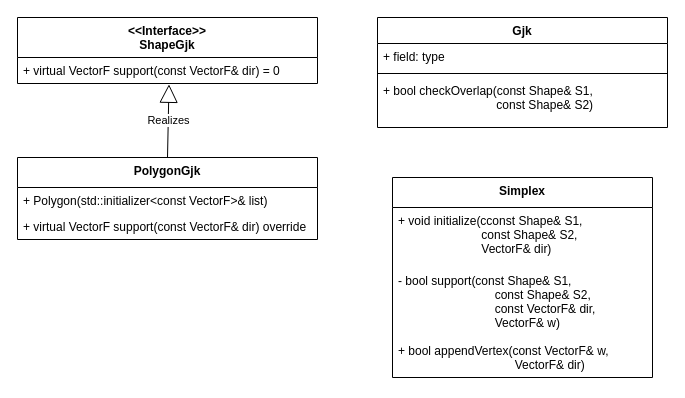
Before: page "GJK" (3 of 6) of doc/RrtPlannerLib.drawio in yewcw75/TestRepo, a draw.io diagram. Source tidied: cells renumbered, new cells numbered last; positions are measured from the earlier drawing's top-left corner, leaving out a move shared by most shapes. Both pictures are drawn from the tidied source at 100%, with x=0, y=0 at pixel (17, 17).
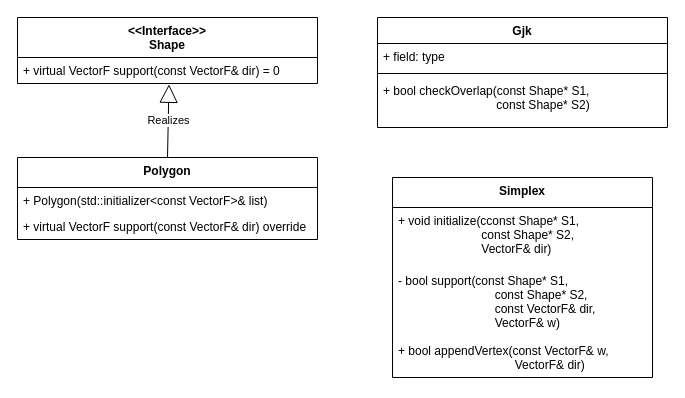
After the change.

Change to the diagram source:
```diff
@@
 <mxGraphModel>
   <root>
     <mxCell id="0" />
     <mxCell id="1" parent="0" />
     <mxCell id="2" value="Gjk" style="swimlane;fontStyle=1;align=center;verticalAlign=top;horizontal=1;startSize=26;" parent="1" vertex="1">
       <mxGeometry x="360" width="290" height="110" as="geometry" />
     </mxCell>
     <mxCell id="3" value="+ field: type" style="text;strokeColor=none;fillColor=none;align=left;verticalAlign=top;spacingLeft=4;spacingRight=4;overflow=hidden;" parent="2" vertex="1">
       <mxGeometry y="26" width="290" height="26" as="geometry" />
     </mxCell>
     <mxCell id="4" style="line;strokeWidth=1;fillColor=none;align=left;verticalAlign=middle;spacingTop=-1;spacingLeft=3;spacingRight=3;labelPosition=right;strokeColor=inherit;" parent="2" vertex="1">
       <mxGeometry y="52" width="290" height="8" as="geometry" />
     </mxCell>
-    <mxCell id="5" value="+ bool checkOverlap(const Shape&amp; S1, &#10;                                  const Shape&amp; S2)" style="text;strokeColor=none;fillColor=none;align=left;verticalAlign=top;spacingLeft=4;spacingRight=4;overflow=hidden;" parent="2" vertex="1">
+    <mxCell id="5" value="+ bool checkOverlap(const Shape* S1, &#10;                                  const Shape* S2)" style="text;strokeColor=none;fillColor=none;align=left;verticalAlign=top;spacingLeft=4;spacingRight=4;overflow=hidden;" parent="2" vertex="1">
       <mxGeometry y="60" width="290" height="50" as="geometry" />
     </mxCell>
-    <mxCell id="6" value="&lt;&lt;Interface&gt;&gt;&#10;ShapeGjk" style="swimlane;fontStyle=1;align=center;verticalAlign=top;horizontal=1;startSize=40;" parent="1" vertex="1">
+    <mxCell id="6" value="&lt;&lt;Interface&gt;&gt;&#10;Shape" style="swimlane;fontStyle=1;align=center;verticalAlign=top;horizontal=1;startSize=40;" parent="1" vertex="1">
       <mxGeometry width="300" height="66" as="geometry" />
     </mxCell>
     <mxCell id="7" value="+ virtual VectorF support(const VectorF&amp; dir) = 0" style="text;strokeColor=none;fillColor=none;align=left;verticalAlign=top;spacingLeft=4;spacingRight=4;overflow=hidden;points=[[0,0.5],[1,0.5]];portConstraint=eastwest;" parent="6" vertex="1">
       <mxGeometry y="40" width="300" height="26" as="geometry" />
     </mxCell>
-    <mxCell id="8" value="PolygonGjk" style="swimlane;fontStyle=1;align=center;verticalAlign=top;horizontal=1;startSize=30;" parent="1" vertex="1">
+    <mxCell id="8" value="Polygon" style="swimlane;fontStyle=1;align=center;verticalAlign=top;horizontal=1;startSize=30;" parent="1" vertex="1">
       <mxGeometry y="140" width="300" height="82" as="geometry" />
     </mxCell>
     <mxCell id="9" value="+ Polygon(std::initializer&lt;const VectorF&gt;&amp; list)" style="text;strokeColor=none;fillColor=none;align=left;verticalAlign=top;spacingLeft=4;spacingRight=4;overflow=hidden;" parent="8" vertex="1">
       <mxGeometry y="30" width="300" height="26" as="geometry" />
     </mxCell>
     <mxCell id="10" value="+ virtual VectorF support(const VectorF&amp; dir) override" style="text;strokeColor=none;fillColor=none;align=left;verticalAlign=top;spacingLeft=4;spacingRight=4;overflow=hidden;" parent="8" vertex="1">
       <mxGeometry y="56" width="300" height="26" as="geometry" />
     </mxCell>
     <mxCell id="11" value="Realizes" style="endArrow=block;endSize=16;endFill=0;html=1;rounded=0;exitX=0.5;exitY=0;exitDx=0;exitDy=0;entryX=0.505;entryY=1.031;entryDx=0;entryDy=0;entryPerimeter=0;" parent="1" edge="1" source="8" target="7">
       <mxGeometry relative="1" as="geometry" />
     </mxCell>
     <mxCell id="12" value="Simplex" style="swimlane;fontStyle=1;align=center;verticalAlign=top;horizontal=1;startSize=30;" parent="1" vertex="1">
       <mxGeometry x="375" y="160" width="260" height="200" as="geometry" />
     </mxCell>
-    <mxCell id="13" value="+ void initialize(cconst Shape&amp; S1,&#10;                         const Shape&amp; S2,&#10;                         VectorF&amp; dir)" style="text;strokeColor=none;fillColor=none;align=left;verticalAlign=top;spacingLeft=4;spacingRight=4;overflow=hidden;" parent="12" vertex="1">
+    <mxCell id="13" value="+ void initialize(cconst Shape* S1,&#10;                         const Shape* S2,&#10;                         VectorF&amp; dir)" style="text;strokeColor=none;fillColor=none;align=left;verticalAlign=top;spacingLeft=4;spacingRight=4;overflow=hidden;" parent="12" vertex="1">
       <mxGeometry y="30" width="260" height="60" as="geometry" />
     </mxCell>
-    <mxCell id="14" value="- bool support(const Shape&amp; S1,&#10;                             const Shape&amp; S2,&#10;                             const VectorF&amp; dir,&#10;                             VectorF&amp; w)" style="text;strokeColor=none;fillColor=none;align=left;verticalAlign=top;spacingLeft=4;spacingRight=4;overflow=hidden;" parent="12" vertex="1">
+    <mxCell id="14" value="- bool support(const Shape* S1,&#10;                             const Shape* S2,&#10;                             const VectorF&amp; dir,&#10;                             VectorF&amp; w)" style="text;strokeColor=none;fillColor=none;align=left;verticalAlign=top;spacingLeft=4;spacingRight=4;overflow=hidden;" parent="12" vertex="1">
       <mxGeometry y="90" width="260" height="70" as="geometry" />
     </mxCell>
     <mxCell id="15" value="+ bool appendVertex(const VectorF&amp; w, &#10;                                   VectorF&amp; dir)" style="text;strokeColor=none;fillColor=none;align=left;verticalAlign=top;spacingLeft=4;spacingRight=4;overflow=hidden;" parent="12" vertex="1">
       <mxGeometry y="160" width="260" height="40" as="geometry" />
     </mxCell>
   </root>
 </mxGraphModel>
```
